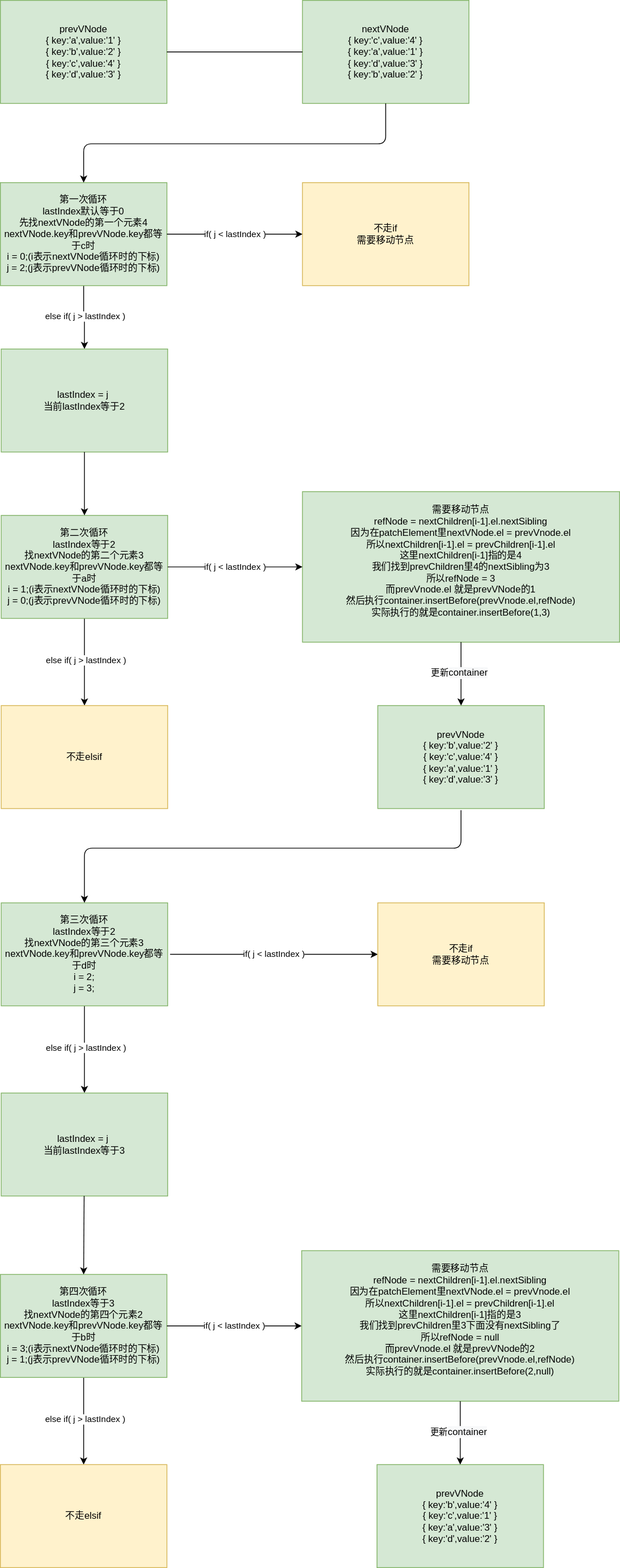
The draw.io diagram static/key_diff.svg in LcLichong/vue-design, before a commit. Source tidied: cells renumbered, new cells last; positions are measured from the earlier drawing's top-left corner, leaving out a move shared by most shapes. Source of this version:
```xml
<mxGraphModel>
  <root>
    <mxCell id="0" />
    <mxCell id="1" parent="0" />
    <mxCell id="2" style="edgeStyle=orthogonalEdgeStyle;rounded=0;jettySize=auto;html=1;" parent="1" edge="1" source="4">
      <mxGeometry relative="1" as="geometry">
        <mxPoint x="106" y="440" as="targetPoint" />
      </mxGeometry>
    </mxCell>
    <mxCell id="3" value="else if( j &amp;gt; lastIndex )" style="edgeLabel;html=1;align=center;verticalAlign=middle;" parent="2" vertex="1">
      <mxGeometry x="-0.05" y="1" relative="1" as="geometry" />
    </mxCell>
    <mxCell id="4" value="第一次循环&lt;br&gt;lastIndex默认等于0&lt;br&gt;先找nextVNode的第一个元素4&lt;br&gt;nextVNode.key和prevVNode.key都等于c时&lt;br&gt;i = 0;(i表示nextVNode循环时的下标)&lt;br&gt;j = 2;(j表示prevVNode循环时的下标)" style="rounded=0;whiteSpace=wrap;html=1;fillColor=#d5e8d4;strokeColor=#82b366;" parent="1" vertex="1">
      <mxGeometry y="230" width="210" height="130" as="geometry" />
    </mxCell>
    <mxCell id="5" value="&lt;span&gt;lastIndex = j&amp;nbsp;&lt;/span&gt;&lt;br&gt;&lt;span&gt;当前lastIndex等于2&lt;/span&gt;" style="rounded=0;whiteSpace=wrap;html=1;fillColor=#d5e8d4;strokeColor=#82b366;" parent="1" vertex="1">
      <mxGeometry x="1" y="440" width="210" height="130" as="geometry" />
    </mxCell>
    <mxCell id="6" value="&lt;span&gt;不走if&lt;br&gt;需要移动节点&lt;/span&gt;" style="rounded=0;whiteSpace=wrap;html=1;fillColor=#fff2cc;strokeColor=#d6b656;" parent="1" vertex="1">
      <mxGeometry x="381" y="230" width="210" height="130" as="geometry" />
    </mxCell>
    <mxCell id="7" value="&lt;span&gt;prevVNode&lt;br&gt;{ key:'a',value:'1' }&lt;br&gt;&lt;/span&gt;&lt;span&gt;{ key:'b',value:'2' }&lt;/span&gt;&lt;br&gt;&lt;span&gt;{ key:'c',value:'4' }&lt;/span&gt;&lt;br&gt;&lt;span&gt;{ key:'d',value:'3' }&lt;/span&gt;" style="rounded=0;whiteSpace=wrap;html=1;fillColor=#d5e8d4;strokeColor=#82b366;" parent="1" vertex="1">
      <mxGeometry width="210" height="130" as="geometry" />
    </mxCell>
    <mxCell id="8" value="&lt;span&gt;nextVNode&lt;br&gt;{ key:'c',value:'4' }&lt;br&gt;&lt;/span&gt;&lt;span&gt;{ key:'a',value:'1' }&lt;/span&gt;&lt;br&gt;&lt;span&gt;{ key:'d',value:'3' }&lt;/span&gt;&lt;br&gt;&lt;span&gt;{ key:'b',value:'2' }&lt;/span&gt;" style="rounded=0;whiteSpace=wrap;html=1;fillColor=#d5e8d4;strokeColor=#82b366;" parent="1" vertex="1">
      <mxGeometry x="381" width="210" height="130" as="geometry" />
    </mxCell>
    <mxCell id="9" value="if( j &amp;lt; lastIndex )" style="endArrow=classic;html=1;entryX=0;entryY=0.5;entryDx=0;entryDy=0;exitX=1;exitY=0.5;exitDx=0;exitDy=0;" parent="1" edge="1" source="4" target="6">
      <mxGeometry relative="1" as="geometry" />
    </mxCell>
    <mxCell id="10" style="edgeStyle=orthogonalEdgeStyle;rounded=0;jettySize=auto;html=1;" parent="1" edge="1" source="12">
      <mxGeometry relative="1" as="geometry">
        <mxPoint x="106" y="890" as="targetPoint" />
      </mxGeometry>
    </mxCell>
    <mxCell id="11" value="else if( j &amp;gt; lastIndex )" style="edgeLabel;html=1;align=center;verticalAlign=middle;" parent="10" vertex="1">
      <mxGeometry x="-0.05" y="1" relative="1" as="geometry" />
    </mxCell>
    <mxCell id="12" value="第二次循环&lt;br&gt;lastIndex等于2&lt;br&gt;找nextVNode的第二个元素3&lt;br&gt;nextVNode.key和prevVNode.key都等于a时&lt;br&gt;i = 1;(i表示nextVNode循环时的下标)&lt;br&gt;j = 0;(j表示prevVNode循环时的下标)" style="rounded=0;whiteSpace=wrap;html=1;fillColor=#d5e8d4;strokeColor=#82b366;" parent="1" vertex="1">
      <mxGeometry x="1" y="650" width="210" height="130" as="geometry" />
    </mxCell>
    <mxCell id="13" value="不走elsif" style="rounded=0;whiteSpace=wrap;html=1;fillColor=#fff2cc;strokeColor=#d6b656;" parent="1" vertex="1">
      <mxGeometry x="1" y="890" width="210" height="130" as="geometry" />
    </mxCell>
    <mxCell id="14" value="&lt;span&gt;需要移动节点&lt;br&gt;refNode = nextChildren[i-1].el.nextSibling&lt;br&gt;因为在patchElement里nextVNode.el = prevVnode.el&lt;br&gt;所以&lt;/span&gt;nextChildren[i-1].el&lt;span&gt;&amp;nbsp;= prev&lt;/span&gt;Children[i-1].el&lt;br&gt;&lt;span&gt;这里&lt;/span&gt;nextChildren[i-1]指的是4&lt;br&gt;&lt;span&gt;我们找到&lt;/span&gt;prevChildren里4的nextSibling为3&lt;br&gt;所以refNode = 3&lt;br&gt;而prevVnode.el 就是prevVNode的1&lt;br&gt;&lt;span&gt;然后执行container.insertBefore(prevVnode.el,&lt;/span&gt;refNode&lt;span&gt;)&lt;br&gt;实际执行的就是&lt;/span&gt;container.insertBefore(1,3)&lt;br&gt;&lt;span&gt;&lt;br&gt;&lt;/span&gt;" style="rounded=0;whiteSpace=wrap;html=1;fillColor=#d5e8d4;strokeColor=#82b366;" parent="1" vertex="1">
      <mxGeometry x="381" y="620" width="400" height="190" as="geometry" />
    </mxCell>
    <mxCell id="15" value="if( j &amp;lt; lastIndex )" style="endArrow=classic;html=1;exitX=1;exitY=0.5;exitDx=0;exitDy=0;entryX=0;entryY=0.5;entryDx=0;entryDy=0;" parent="1" edge="1" source="12" target="14">
      <mxGeometry relative="1" as="geometry" />
    </mxCell>
    <mxCell id="16" value="&lt;span&gt;prevVNode&lt;br&gt;&lt;/span&gt;&lt;span&gt;{ key:'b',value:'2' }&lt;/span&gt;&lt;br&gt;&lt;span&gt;{ key:'c',value:'4' }&lt;br&gt;&lt;/span&gt;{ key:'a',value:'1' }&lt;br&gt;&lt;span&gt;{ key:'d',value:'3' }&lt;/span&gt;" style="rounded=0;whiteSpace=wrap;html=1;fillColor=#d5e8d4;strokeColor=#82b366;" parent="1" vertex="1">
      <mxGeometry x="476" y="890" width="210" height="130" as="geometry" />
    </mxCell>
    <mxCell id="17" style="endArrow=classic;html=1;entryX=0.5;entryY=0;entryDx=0;entryDy=0;exitX=0.5;exitY=1;exitDx=0;exitDy=0;" parent="1" edge="1" source="14" target="16">
      <mxGeometry relative="1" as="geometry" />
    </mxCell>
    <mxCell id="18" value="更新&lt;span style=&quot;font-size: 12px ; background-color: rgb(248 , 249 , 250)&quot;&gt;container&lt;/span&gt;" style="edgeLabel;html=1;align=center;verticalAlign=middle;" parent="17" vertex="1">
      <mxGeometry x="-0.15" y="-3" relative="1" as="geometry">
        <mxPoint y="4" as="offset" />
      </mxGeometry>
    </mxCell>
    <mxCell id="19" style="endArrow=classic;html=1;entryX=0.5;entryY=0;entryDx=0;entryDy=0;exitX=0.5;exitY=1;exitDx=0;exitDy=0;" parent="1" edge="1" source="5" target="12">
      <mxGeometry relative="1" as="geometry" />
    </mxCell>
    <mxCell id="20" style="endArrow=classic;html=1;exitX=0.5;exitY=1;exitDx=0;exitDy=0;entryX=0.5;entryY=0;entryDx=0;entryDy=0;" parent="1" edge="1" source="8" target="4">
      <mxGeometry relative="1" as="geometry">
        <Array as="points">
          <mxPoint x="486" y="181" />
          <mxPoint x="105" y="181" />
        </Array>
      </mxGeometry>
    </mxCell>
    <mxCell id="21" style="endArrow=none;html=1;entryX=0;entryY=0.5;entryDx=0;entryDy=0;exitX=1;exitY=0.5;exitDx=0;exitDy=0;" parent="1" edge="1" source="7" target="8">
      <mxGeometry relative="1" as="geometry" />
    </mxCell>
    <mxCell id="22" style="edgeStyle=orthogonalEdgeStyle;rounded=0;jettySize=auto;html=1;" parent="1" edge="1" source="24">
      <mxGeometry relative="1" as="geometry">
        <mxPoint x="106" y="1379" as="targetPoint" />
      </mxGeometry>
    </mxCell>
    <mxCell id="23" value="else if( j &amp;gt; lastIndex )" style="edgeLabel;html=1;align=center;verticalAlign=middle;" parent="22" vertex="1">
      <mxGeometry x="-0.05" y="1" relative="1" as="geometry" />
    </mxCell>
    <mxCell id="24" value="第三次循环&lt;br&gt;lastIndex等于2&lt;br&gt;找nextVNode的第三个元素3&lt;br&gt;nextVNode.key和prevVNode.key都等于d时&lt;br&gt;i = 2;&lt;br&gt;j = 3;" style="rounded=0;whiteSpace=wrap;html=1;fillColor=#d5e8d4;strokeColor=#82b366;" parent="1" vertex="1">
      <mxGeometry x="1" y="1139" width="210" height="130" as="geometry" />
    </mxCell>
    <mxCell id="25" value="&lt;span&gt;lastIndex = j&amp;nbsp;&lt;/span&gt;&lt;br&gt;&lt;span&gt;当前lastIndex等于3&lt;/span&gt;" style="rounded=0;whiteSpace=wrap;html=1;fillColor=#d5e8d4;strokeColor=#82b366;" parent="1" vertex="1">
      <mxGeometry x="1" y="1379" width="210" height="130" as="geometry" />
    </mxCell>
    <mxCell id="26" value="if( j &amp;lt; lastIndex )" style="endArrow=classic;html=1;exitX=1;exitY=0.5;exitDx=0;exitDy=0;entryX=0;entryY=0.5;entryDx=0;entryDy=0;" parent="1" edge="1" target="28">
      <mxGeometry relative="1" as="geometry">
        <mxPoint x="214" y="1204" as="sourcePoint" />
      </mxGeometry>
    </mxCell>
    <mxCell id="27" style="endArrow=classic;html=1;entryX=0.5;entryY=0;entryDx=0;entryDy=0;exitX=0.5;exitY=1;exitDx=0;exitDy=0;" parent="1" edge="1" target="24">
      <mxGeometry relative="1" as="geometry">
        <mxPoint x="581" y="1022" as="sourcePoint" />
        <Array as="points">
          <mxPoint x="581" y="1070" />
          <mxPoint x="106" y="1070" />
        </Array>
      </mxGeometry>
    </mxCell>
    <mxCell id="28" value="&lt;span&gt;不走if&lt;br&gt;需要移动节点&lt;/span&gt;" style="rounded=0;whiteSpace=wrap;html=1;fillColor=#fff2cc;strokeColor=#d6b656;" parent="1" vertex="1">
      <mxGeometry x="476" y="1139" width="210" height="130" as="geometry" />
    </mxCell>
    <mxCell id="29" style="edgeStyle=orthogonalEdgeStyle;rounded=0;jettySize=auto;html=1;" parent="1" edge="1" source="31">
      <mxGeometry relative="1" as="geometry">
        <mxPoint x="105" y="1848" as="targetPoint" />
      </mxGeometry>
    </mxCell>
    <mxCell id="30" value="else if( j &amp;gt; lastIndex )" style="edgeLabel;html=1;align=center;verticalAlign=middle;" parent="29" vertex="1">
      <mxGeometry x="-0.05" y="1" relative="1" as="geometry" />
    </mxCell>
    <mxCell id="31" value="第四次循环&lt;br&gt;lastIndex等于3&lt;br&gt;找nextVNode的第四个元素2&lt;br&gt;nextVNode.key和prevVNode.key都等于b时&lt;br&gt;i = 3;(i表示nextVNode循环时的下标)&lt;br&gt;j = 1;(j表示prevVNode循环时的下标)" style="rounded=0;whiteSpace=wrap;html=1;fillColor=#d5e8d4;strokeColor=#82b366;" parent="1" vertex="1">
      <mxGeometry y="1608" width="210" height="130" as="geometry" />
    </mxCell>
    <mxCell id="32" value="不走elsif" style="rounded=0;whiteSpace=wrap;html=1;fillColor=#fff2cc;strokeColor=#d6b656;" parent="1" vertex="1">
      <mxGeometry y="1848" width="210" height="130" as="geometry" />
    </mxCell>
    <mxCell id="33" value="&lt;span&gt;需要移动节点&lt;br&gt;refNode = nextChildren[i-1].el.nextSibling&lt;br&gt;因为在patchElement里nextVNode.el = prevVnode.el&lt;br&gt;所以&lt;/span&gt;nextChildren[i-1].el&lt;span&gt;&amp;nbsp;= prev&lt;/span&gt;Children[i-1].el&lt;br&gt;&lt;span&gt;这里&lt;/span&gt;nextChildren[i-1]指的是3&lt;br&gt;&lt;span&gt;我们找到&lt;/span&gt;prevChildren里3下面没有nextSibling了&lt;br&gt;所以refNode = null&lt;br&gt;而prevVnode.el 就是prevVNode的2&lt;br&gt;&lt;span&gt;然后执行container.insertBefore(prevVnode.el,&lt;/span&gt;refNode&lt;span&gt;)&lt;br&gt;实际执行的就是&lt;/span&gt;container.insertBefore(2,null)&lt;br&gt;&lt;span&gt;&lt;br&gt;&lt;/span&gt;" style="rounded=0;whiteSpace=wrap;html=1;fillColor=#d5e8d4;strokeColor=#82b366;" parent="1" vertex="1">
      <mxGeometry x="380" y="1578" width="400" height="190" as="geometry" />
    </mxCell>
    <mxCell id="34" value="if( j &amp;lt; lastIndex )" style="endArrow=classic;html=1;exitX=1;exitY=0.5;exitDx=0;exitDy=0;entryX=0;entryY=0.5;entryDx=0;entryDy=0;" parent="1" edge="1" source="31">
      <mxGeometry relative="1" as="geometry">
        <mxPoint x="380" y="1673" as="targetPoint" />
      </mxGeometry>
    </mxCell>
    <mxCell id="35" value="&lt;span&gt;prevVNode&lt;br&gt;&lt;/span&gt;&lt;span&gt;{ key:'b',value:'4' }&lt;/span&gt;&lt;br&gt;&lt;span&gt;{ key:'c',value:'1' }&lt;br&gt;&lt;/span&gt;{ key:'a',value:'3' }&lt;br&gt;&lt;span&gt;{ key:'d',value:'2' }&lt;/span&gt;" style="rounded=0;whiteSpace=wrap;html=1;fillColor=#d5e8d4;strokeColor=#82b366;" parent="1" vertex="1">
      <mxGeometry x="475" y="1848" width="210" height="130" as="geometry" />
    </mxCell>
    <mxCell id="36" style="endArrow=classic;html=1;entryX=0.5;entryY=0;entryDx=0;entryDy=0;exitX=0.5;exitY=1;exitDx=0;exitDy=0;" parent="1" edge="1" target="35">
      <mxGeometry relative="1" as="geometry">
        <mxPoint x="580" y="1768" as="sourcePoint" />
      </mxGeometry>
    </mxCell>
    <mxCell id="37" value="更新&lt;span style=&quot;font-size: 12px ; background-color: rgb(248 , 249 , 250)&quot;&gt;container&lt;/span&gt;" style="edgeLabel;html=1;align=center;verticalAlign=middle;" parent="36" vertex="1">
      <mxGeometry x="-0.15" y="-3" relative="1" as="geometry">
        <mxPoint y="4" as="offset" />
      </mxGeometry>
    </mxCell>
    <mxCell id="38" style="endArrow=classic;html=1;entryX=0.5;entryY=0;entryDx=0;entryDy=0;" parent="1" edge="1" source="25" target="31">
      <mxGeometry relative="1" as="geometry" />
    </mxCell>
  </root>
</mxGraphModel>
```
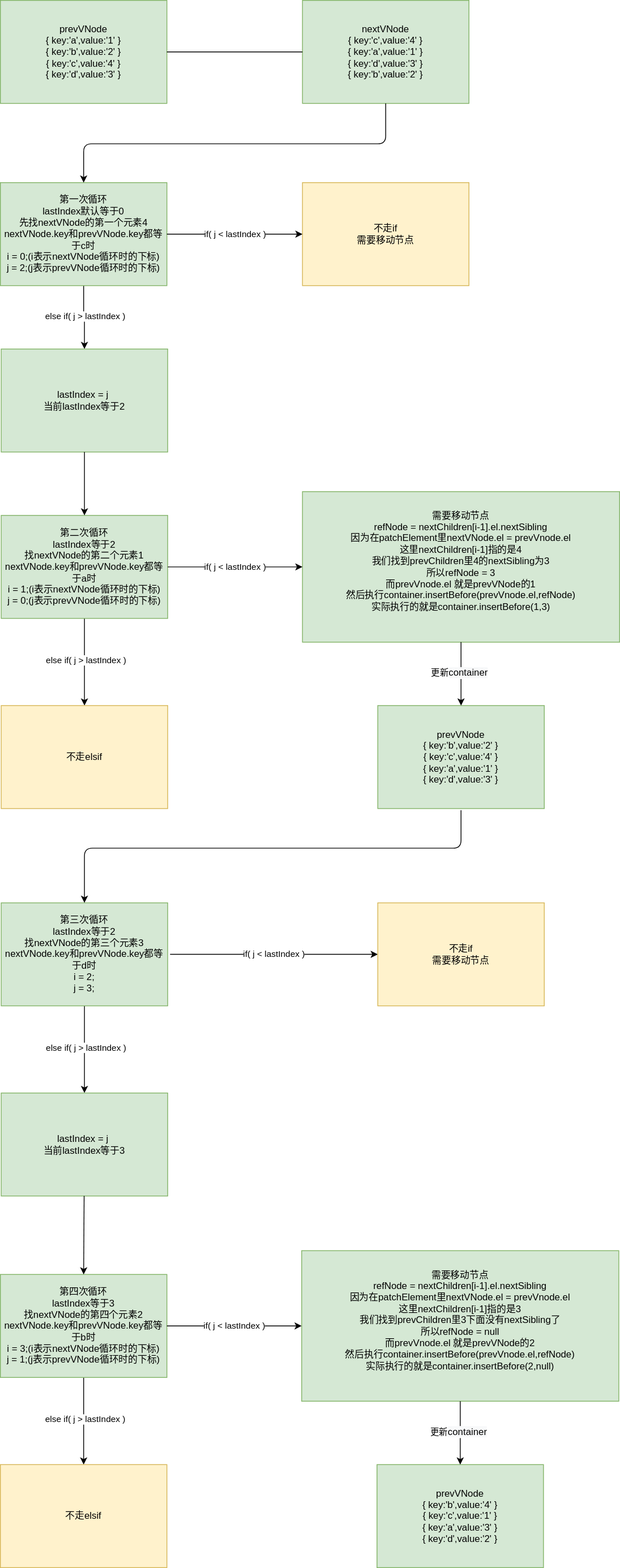
The same file after the commit.

The edit, as a diff of the source:
```diff
@@ -36,13 +36,13 @@
     <mxCell id="11" value="else if( j &amp;gt; lastIndex )" style="edgeLabel;html=1;align=center;verticalAlign=middle;" parent="10" vertex="1">
       <mxGeometry x="-0.05" y="1" relative="1" as="geometry" />
     </mxCell>
-    <mxCell id="12" value="第二次循环&lt;br&gt;lastIndex等于2&lt;br&gt;找nextVNode的第二个元素3&lt;br&gt;nextVNode.key和prevVNode.key都等于a时&lt;br&gt;i = 1;(i表示nextVNode循环时的下标)&lt;br&gt;j = 0;(j表示prevVNode循环时的下标)" style="rounded=0;whiteSpace=wrap;html=1;fillColor=#d5e8d4;strokeColor=#82b366;" parent="1" vertex="1">
+    <mxCell id="12" value="第二次循环&lt;br&gt;lastIndex等于2&lt;br&gt;找nextVNode的第二个元素1&lt;br&gt;nextVNode.key和prevVNode.key都等于a时&lt;br&gt;i = 1;(i表示nextVNode循环时的下标)&lt;br&gt;j = 0;(j表示prevVNode循环时的下标)" style="rounded=0;whiteSpace=wrap;html=1;fillColor=#d5e8d4;strokeColor=#82b366;" parent="1" vertex="1">
       <mxGeometry x="1" y="650" width="210" height="130" as="geometry" />
     </mxCell>
     <mxCell id="13" value="不走elsif" style="rounded=0;whiteSpace=wrap;html=1;fillColor=#fff2cc;strokeColor=#d6b656;" parent="1" vertex="1">
       <mxGeometry x="1" y="890" width="210" height="130" as="geometry" />
     </mxCell>
-    <mxCell id="14" value="&lt;span&gt;需要移动节点&lt;br&gt;refNode = nextChildren[i-1].el.nextSibling&lt;br&gt;因为在patchElement里nextVNode.el = prevVnode.el&lt;br&gt;所以&lt;/span&gt;nextChildren[i-1].el&lt;span&gt;&amp;nbsp;= prev&lt;/span&gt;Children[i-1].el&lt;br&gt;&lt;span&gt;这里&lt;/span&gt;nextChildren[i-1]指的是4&lt;br&gt;&lt;span&gt;我们找到&lt;/span&gt;prevChildren里4的nextSibling为3&lt;br&gt;所以refNode = 3&lt;br&gt;而prevVnode.el 就是prevVNode的1&lt;br&gt;&lt;span&gt;然后执行container.insertBefore(prevVnode.el,&lt;/span&gt;refNode&lt;span&gt;)&lt;br&gt;实际执行的就是&lt;/span&gt;container.insertBefore(1,3)&lt;br&gt;&lt;span&gt;&lt;br&gt;&lt;/span&gt;" style="rounded=0;whiteSpace=wrap;html=1;fillColor=#d5e8d4;strokeColor=#82b366;" parent="1" vertex="1">
+    <mxCell id="14" value="&lt;span&gt;需要移动节点&lt;br&gt;refNode = nextChildren[i-1].el.nextSibling&lt;br&gt;因为在patchElement里nextVNode.el = prevVnode.el&lt;/span&gt;&lt;br&gt;&lt;span&gt;这里&lt;/span&gt;nextChildren[i-1]指的是4&lt;br&gt;&lt;span&gt;我们找到&lt;/span&gt;prevChildren里4的nextSibling为3&lt;br&gt;所以refNode = 3&lt;br&gt;而prevVnode.el 就是prevVNode的1&lt;br&gt;&lt;span&gt;然后执行container.insertBefore(prevVnode.el,&lt;/span&gt;refNode&lt;span&gt;)&lt;br&gt;实际执行的就是&lt;/span&gt;container.insertBefore(1,3)&lt;br&gt;&lt;span&gt;&lt;br&gt;&lt;/span&gt;" style="rounded=0;whiteSpace=wrap;html=1;fillColor=#d5e8d4;strokeColor=#82b366;" parent="1" vertex="1">
       <mxGeometry x="381" y="620" width="400" height="190" as="geometry" />
     </mxCell>
     <mxCell id="15" value="if( j &amp;lt; lastIndex )" style="endArrow=classic;html=1;exitX=1;exitY=0.5;exitDx=0;exitDy=0;entryX=0;entryY=0.5;entryDx=0;entryDy=0;" parent="1" edge="1" source="12" target="14">
@@ -118,7 +118,7 @@
     <mxCell id="32" value="不走elsif" style="rounded=0;whiteSpace=wrap;html=1;fillColor=#fff2cc;strokeColor=#d6b656;" parent="1" vertex="1">
       <mxGeometry y="1848" width="210" height="130" as="geometry" />
     </mxCell>
-    <mxCell id="33" value="&lt;span&gt;需要移动节点&lt;br&gt;refNode = nextChildren[i-1].el.nextSibling&lt;br&gt;因为在patchElement里nextVNode.el = prevVnode.el&lt;br&gt;所以&lt;/span&gt;nextChildren[i-1].el&lt;span&gt;&amp;nbsp;= prev&lt;/span&gt;Children[i-1].el&lt;br&gt;&lt;span&gt;这里&lt;/span&gt;nextChildren[i-1]指的是3&lt;br&gt;&lt;span&gt;我们找到&lt;/span&gt;prevChildren里3下面没有nextSibling了&lt;br&gt;所以refNode = null&lt;br&gt;而prevVnode.el 就是prevVNode的2&lt;br&gt;&lt;span&gt;然后执行container.insertBefore(prevVnode.el,&lt;/span&gt;refNode&lt;span&gt;)&lt;br&gt;实际执行的就是&lt;/span&gt;container.insertBefore(2,null)&lt;br&gt;&lt;span&gt;&lt;br&gt;&lt;/span&gt;" style="rounded=0;whiteSpace=wrap;html=1;fillColor=#d5e8d4;strokeColor=#82b366;" parent="1" vertex="1">
+    <mxCell id="33" value="&lt;span&gt;需要移动节点&lt;br&gt;refNode = nextChildren[i-1].el.nextSibling&lt;br&gt;因为在patchElement里nextVNode.el = prevVnode.el&lt;/span&gt;&lt;br&gt;&lt;span&gt;这里&lt;/span&gt;nextChildren[i-1]指的是3&lt;br&gt;&lt;span&gt;我们找到&lt;/span&gt;prevChildren里3下面没有nextSibling了&lt;br&gt;所以refNode = null&lt;br&gt;而prevVnode.el 就是prevVNode的2&lt;br&gt;&lt;span&gt;然后执行container.insertBefore(prevVnode.el,&lt;/span&gt;refNode&lt;span&gt;)&lt;br&gt;实际执行的就是&lt;/span&gt;container.insertBefore(2,null)&lt;br&gt;&lt;span&gt;&lt;br&gt;&lt;/span&gt;" style="rounded=0;whiteSpace=wrap;html=1;fillColor=#d5e8d4;strokeColor=#82b366;" parent="1" vertex="1">
       <mxGeometry x="380" y="1578" width="400" height="190" as="geometry" />
     </mxCell>
     <mxCell id="34" value="if( j &amp;lt; lastIndex )" style="endArrow=classic;html=1;exitX=1;exitY=0.5;exitDx=0;exitDy=0;entryX=0;entryY=0.5;entryDx=0;entryDy=0;" parent="1" edge="1" source="31">
```
